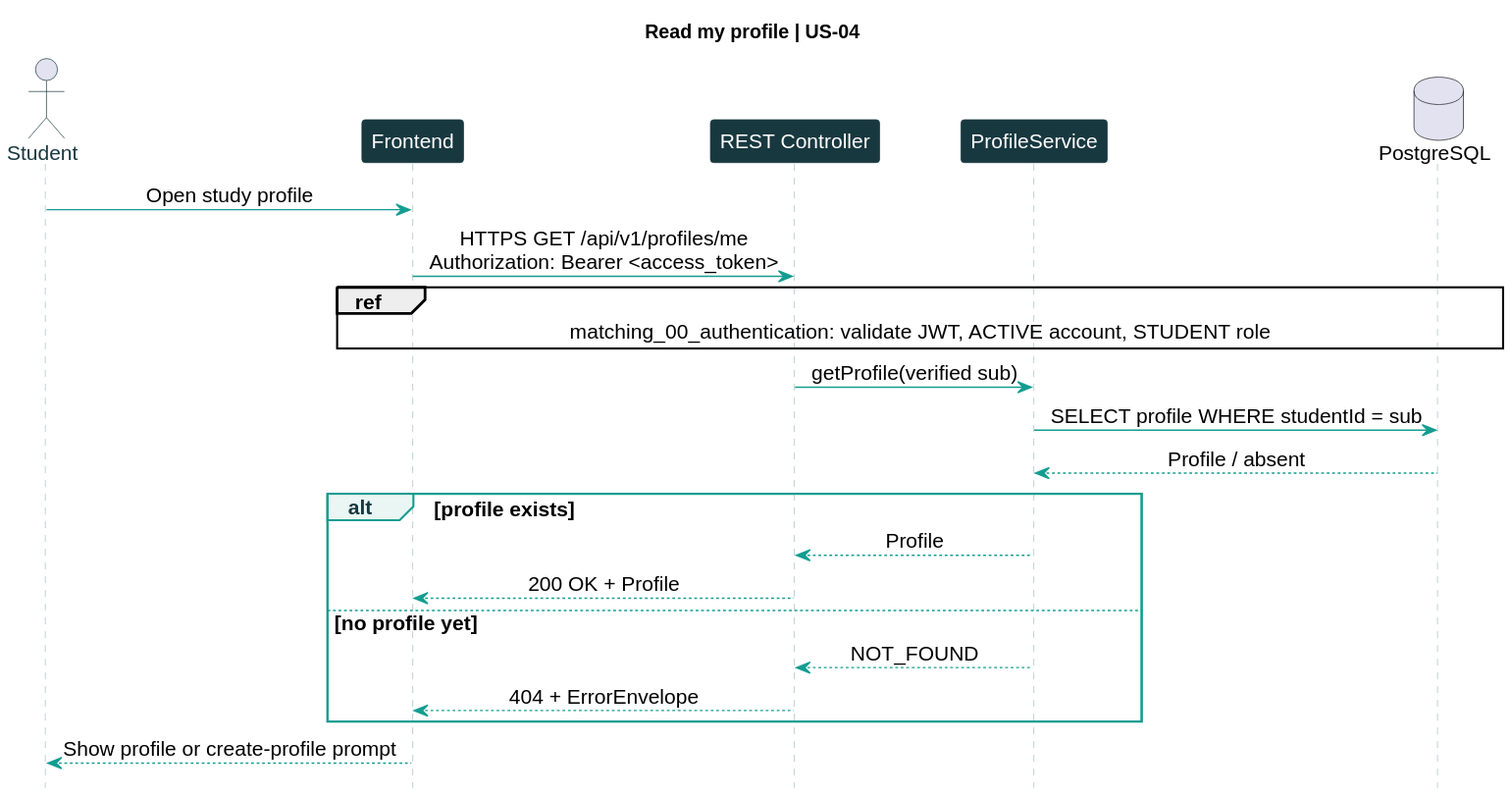
Earlier version of the PlantUML export docs/sequence-diagrams/diagrams/matching_01_get_profile.svg (ErayGulerler/StudyMatch).
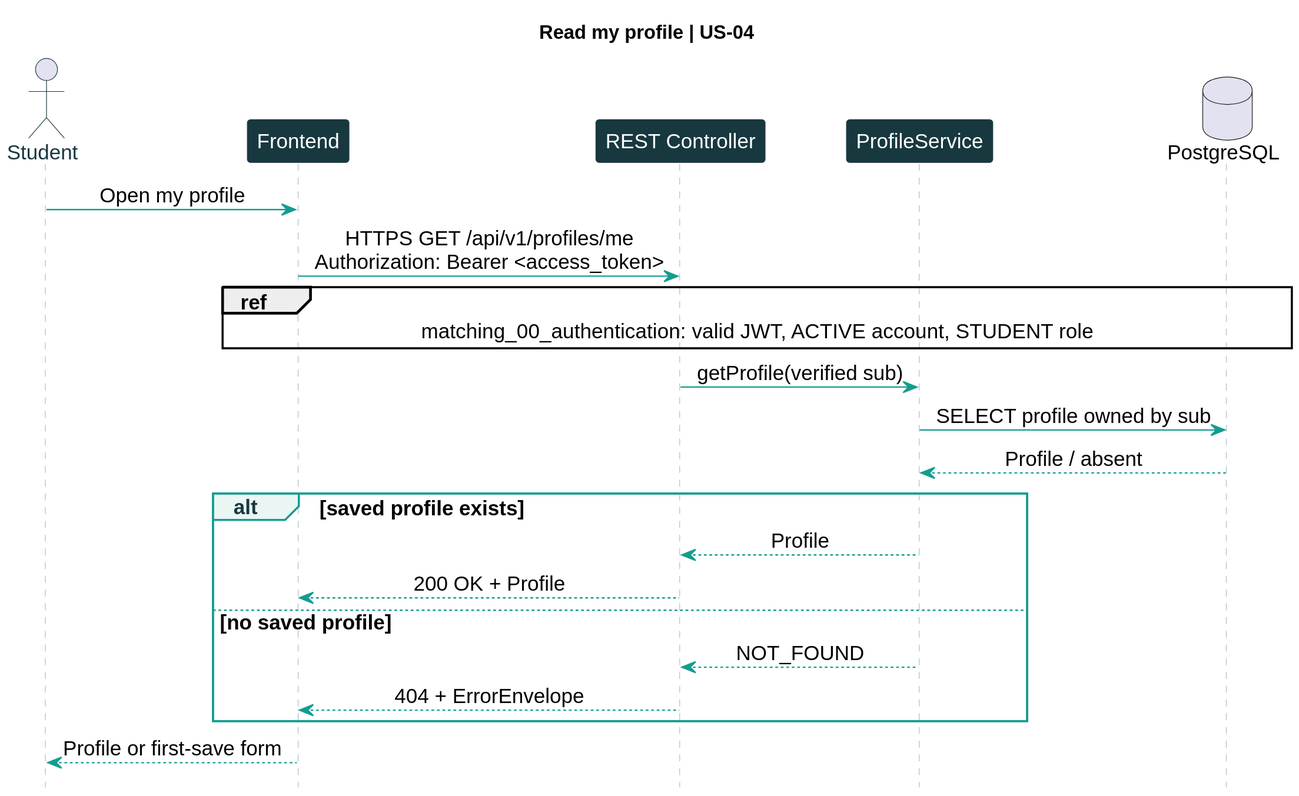
After the commit.

Diff of the diagram source:
```diff
@@ -3,6 +3,7 @@
 skinparam backgroundColor white
 skinparam defaultFontName Arial
 skinparam defaultFontSize 15
+skinparam dpi 160
 skinparam shadowing false
 skinparam sequenceMessageAlign center
 skinparam ParticipantPadding 15
@@ -27,21 +28,21 @@
 participant ProfileService as S
 database PostgreSQL as DB
 title Read my profile | US-04
-Student -> FE: Open study profile
+Student -> FE: Open my profile
 FE -> API: HTTPS GET /api/v1/profiles/me\nAuthorization: Bearer <access_token>
 ref over FE, DB
-matching_00_authentication: validate JWT, ACTIVE account, STUDENT role
+matching_00_authentication: valid JWT, ACTIVE account, STUDENT role
 end ref
 
 API -> S: getProfile(verified sub)
-S -> DB: SELECT profile WHERE studentId = sub
+S -> DB: SELECT profile owned by sub
 DB --> S: Profile / absent
-alt profile exists
+alt saved profile exists
  S --> API: Profile
  API --> FE: 200 OK + Profile
-else no profile yet
+else no saved profile
  S --> API: NOT_FOUND
  API --> FE: 404 + ErrorEnvelope
 end
-FE --> Student: Show profile or create-profile prompt
+FE --> Student: Profile or first-save form
 @enduml
```
